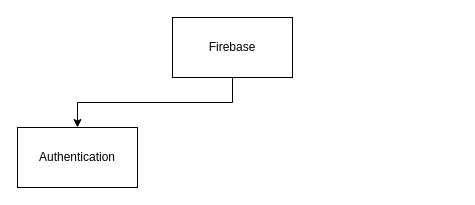
Before: page "Firebase" (1 of 4) of misc/firebase.drawio in HugoNguyen/Demo-Firebase, a draw.io diagram. Source tidied: cells renumbered, new cells numbered last; positions are measured from the earlier drawing's top-left corner, leaving out a move shared by most shapes. Both pictures are drawn from the tidied source at 100%, with x=0, y=0 at pixel (17, 17).
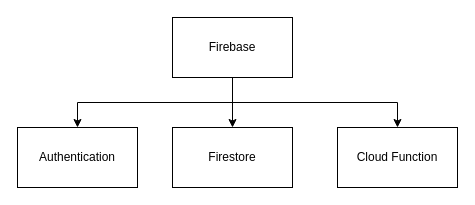
Above is the later version.

What changed in the source:
```diff
@@
 <mxGraphModel>
   <root>
     <mxCell id="0" />
     <mxCell id="1" parent="0" />
     <mxCell id="2" style="edgeStyle=orthogonalEdgeStyle;rounded=0;jettySize=auto;html=1;exitX=0.5;exitY=1;exitDx=0;exitDy=0;entryX=0.5;entryY=0;entryDx=0;entryDy=0;" parent="1" edge="1" source="3" target="4">
       <mxGeometry relative="1" as="geometry" />
     </mxCell>
+    <mxCell id="5" style="edgeStyle=orthogonalEdgeStyle;rounded=0;jettySize=auto;html=1;exitX=0.5;exitY=1;exitDx=0;exitDy=0;entryX=0.5;entryY=0;entryDx=0;entryDy=0;" parent="1" edge="1" source="3" target="7">
+      <mxGeometry relative="1" as="geometry" />
+    </mxCell>
+    <mxCell id="6" style="edgeStyle=orthogonalEdgeStyle;rounded=0;jettySize=auto;html=1;exitX=0.5;exitY=1;exitDx=0;exitDy=0;entryX=0.5;entryY=0;entryDx=0;entryDy=0;" parent="1" edge="1" source="3" target="8">
+      <mxGeometry relative="1" as="geometry" />
+    </mxCell>
     <mxCell id="3" value="Firebase" style="rounded=0;whiteSpace=wrap;html=1;" parent="1" vertex="1">
       <mxGeometry x="155" width="120" height="60" as="geometry" />
     </mxCell>
     <mxCell id="4" value="Authentication" style="rounded=0;whiteSpace=wrap;html=1;" parent="1" vertex="1">
       <mxGeometry y="110" width="120" height="60" as="geometry" />
     </mxCell>
+    <mxCell id="7" value="Firestore" style="rounded=0;whiteSpace=wrap;html=1;" parent="1" vertex="1">
+      <mxGeometry x="155" y="110" width="120" height="60" as="geometry" />
+    </mxCell>
+    <mxCell id="8" value="Cloud Function" style="rounded=0;whiteSpace=wrap;html=1;" parent="1" vertex="1">
+      <mxGeometry x="320" y="110" width="120" height="60" as="geometry" />
+    </mxCell>
   </root>
 </mxGraphModel>
```
